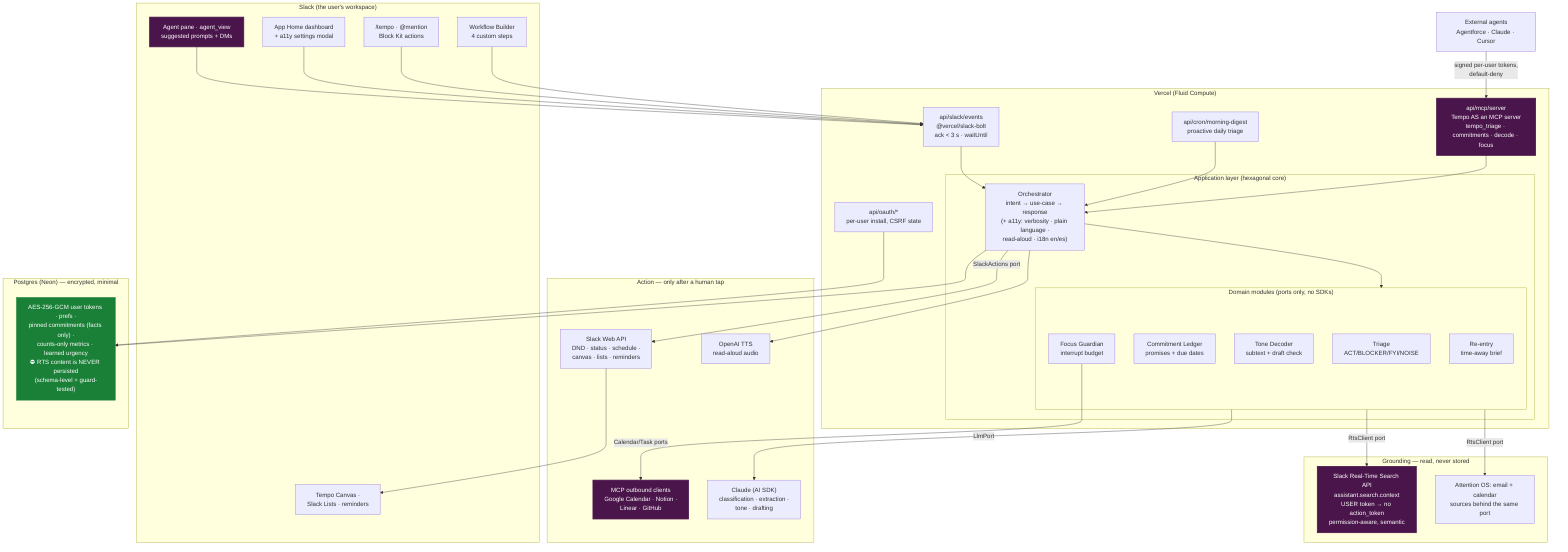
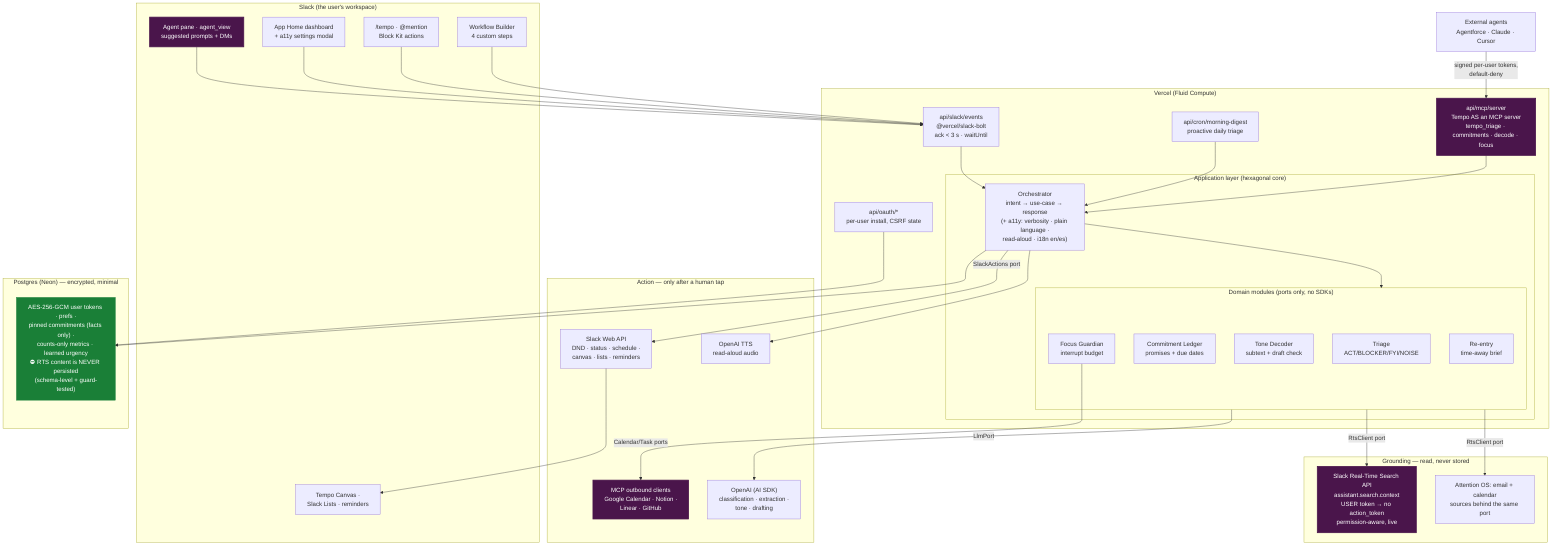
%% Tempo — architecture diagram (Devpost submission asset)
%% Render: npx -y @mermaid-js/mermaid-cli -i docs/architecture.mmd -o docs/architecture.svg -b transparent
%% The three required technologies are the highlighted nodes: RTS API, MCP (both directions), Slack AI surfaces.
flowchart TB
    subgraph SLACK["Slack (the user's workspace)"]
        AGENT["Agent pane · agent_view<br/>suggested prompts + DMs"]
        HOME["App Home dashboard<br/>+ a11y settings modal"]
        CMD["/tempo · @mention<br/>Block Kit actions"]
        WF["Workflow Builder<br/>4 custom steps"]
        CANVAS["Tempo Canvas ·<br/>Slack Lists · reminders"]
    end

    subgraph VERCEL["Vercel (Fluid Compute)"]
        EVENTS["api/slack/events<br/>@vercel/slack-bolt<br/>ack &lt; 3 s · waitUntil"]
        CRON["api/cron/morning-digest<br/>proactive daily triage"]
        OAUTH["api/oauth/*<br/>per-user install, CSRF state"]
        MCPIN["api/mcp/server<br/>Tempo AS an MCP server<br/>tempo_triage · commitments · decode · focus"]

        subgraph APP["Application layer (hexagonal core)"]
            ORCH["Orchestrator<br/>intent → use-case → response<br/>(+ a11y: verbosity · plain language ·<br/>read-aloud · i18n en/es)"]
            subgraph MODULES["Domain modules (ports only, no SDKs)"]
                TRIAGE["Triage<br/>ACT/BLOCKER/FYI/NOISE"]
                LEDGER["Commitment Ledger<br/>promises + due dates"]
                TONE["Tone Decoder<br/>subtext + draft check"]
                FOCUS["Focus Guardian<br/>interrupt budget"]
                REENTRY["Re-entry<br/>time-away brief"]
            end
        end
    end

    subgraph GROUND["Grounding — read, never stored"]
-         RTS["Slack Real-Time Search API<br/>assistant.search.context<br/>USER token → no action_token<br/>permission-aware, semantic"]
+         RTS["Slack Real-Time Search API<br/>assistant.search.context<br/>USER token → no action_token<br/>permission-aware, live"]
        MULTI["Attention OS: email + calendar<br/>sources behind the same port"]
    end

    subgraph ACT["Action — only after a human tap"]
        WEBAPI["Slack Web API<br/>DND · status · schedule ·<br/>canvas · lists · reminders"]
        MCPOUT["MCP outbound clients<br/>Google Calendar · Notion ·<br/>Linear · GitHub"]
-         CLAUDE["Claude (AI SDK)<br/>classification · extraction ·<br/>tone · drafting"]
+         LLM["OpenAI (AI SDK)<br/>classification · extraction ·<br/>tone · drafting"]
        TTS["OpenAI TTS<br/>read-aloud audio"]
    end

    subgraph STORE["Postgres (Neon) — encrypted, minimal"]
        DB["AES-256-GCM user tokens · prefs ·<br/>pinned commitments (facts only) ·<br/>counts-only metrics · learned urgency<br/>⛔ RTS content is NEVER persisted<br/>(schema-level + guard-tested)"]
    end

    EXT["External agents<br/>Agentforce · Claude · Cursor"] -->|"signed per-user tokens,<br/>default-deny"| MCPIN

    AGENT & HOME & CMD & WF --> EVENTS
    EVENTS --> ORCH
    CRON --> ORCH
    MCPIN --> ORCH
    OAUTH --> DB
    ORCH --> MODULES
    MODULES -->|RtsClient port| RTS
    MODULES -->|RtsClient port| MULTI
-     MODULES -->|LlmPort| CLAUDE
+     MODULES -->|LlmPort| LLM
    FOCUS -->|Calendar/Task ports| MCPOUT
    ORCH -->|SlackActions port| WEBAPI
    ORCH --> TTS
    ORCH --> DB
    WEBAPI --> CANVAS

    classDef tech fill:#4A154B,stroke:#4A154B,color:#fff,stroke-width:2px
    classDef privacy fill:#1a7f37,stroke:#1a7f37,color:#fff
    class RTS,MCPIN,MCPOUT,AGENT tech
    class DB privacy
